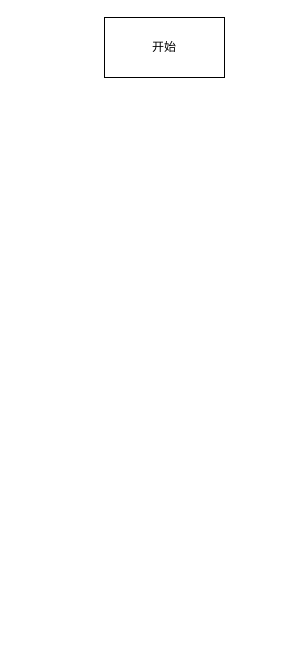
Earlier version of the draw.io diagram page "本地加载地图" (1 of 5) of 楼栋包需求流程.drawio (Jev0987/drawioFile). Source tidied: cells renumbered, new cells numbered last; positions are measured from the earlier drawing's top-left corner, leaving out a move shared by most shapes. Both pictures are drawn from the tidied source at 100%, with x=0, y=0 at pixel (104, 17).
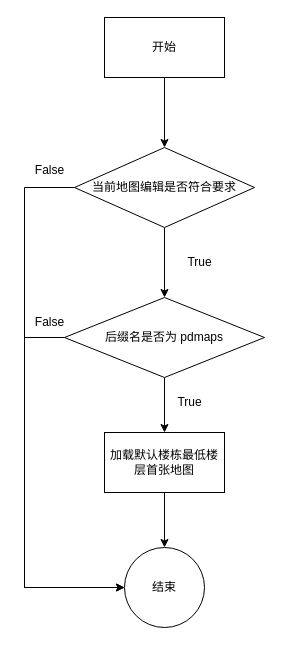
After the change.

Commit message:
更新楼栋包需求流程.drawio

The change refers to these unchanged cells:
```xml
<mxCell id="2" value="开始" style="rounded=0;whiteSpace=wrap;html=1;" parent="1" vertex="1">
  <mxGeometry width="120" height="60" as="geometry" />
</mxCell>
```

Change to the diagram source:
```diff
@@
+    <mxCell id="3" style="edgeStyle=orthogonalEdgeStyle;rounded=0;jettySize=auto;html=1;" parent="1" edge="1" source="2" target="12">
+      <mxGeometry relative="1" as="geometry" />
+    </mxCell>
@@
+    <mxCell id="4" style="edgeStyle=orthogonalEdgeStyle;rounded=0;jettySize=auto;html=1;" parent="1" edge="1" target="12">
+      <mxGeometry relative="1" as="geometry">
+        <mxPoint x="60" y="200" as="sourcePoint" />
+      </mxGeometry>
+    </mxCell>
+    <mxCell id="5" style="edgeStyle=orthogonalEdgeStyle;rounded=0;jettySize=auto;html=1;" parent="1" edge="1" source="7" target="9">
+      <mxGeometry relative="1" as="geometry" />
+    </mxCell>
+    <mxCell id="6" style="edgeStyle=orthogonalEdgeStyle;rounded=0;jettySize=auto;html=1;exitX=0;exitY=0.5;exitDx=0;exitDy=0;entryX=0;entryY=0.5;entryDx=0;entryDy=0;" parent="1" edge="1" source="7" target="13">
+      <mxGeometry relative="1" as="geometry">
+        <Array as="points">
+          <mxPoint x="-80" y="320" />
+          <mxPoint x="-80" y="570" />
+        </Array>
+      </mxGeometry>
+    </mxCell>
+    <mxCell id="7" value="后缀名是否为 pdmaps" style="rhombus;whiteSpace=wrap;html=1;" parent="1" vertex="1">
+      <mxGeometry x="-40" y="280" width="200" height="80" as="geometry" />
+    </mxCell>
+    <mxCell id="8" style="edgeStyle=orthogonalEdgeStyle;rounded=0;jettySize=auto;html=1;" parent="1" edge="1" source="9" target="13">
+      <mxGeometry relative="1" as="geometry" />
+    </mxCell>
+    <mxCell id="9" value="加载默认楼栋最低楼层首张地图" style="whiteSpace=wrap;html=1;" parent="1" vertex="1">
+      <mxGeometry y="415" width="120" height="60" as="geometry" />
+    </mxCell>
+    <mxCell id="10" style="edgeStyle=orthogonalEdgeStyle;rounded=0;jettySize=auto;html=1;" parent="1" edge="1" source="12" target="7">
+      <mxGeometry relative="1" as="geometry" />
+    </mxCell>
+    <mxCell id="11" style="edgeStyle=orthogonalEdgeStyle;rounded=0;jettySize=auto;html=1;exitX=0;exitY=0.5;exitDx=0;exitDy=0;entryX=0;entryY=0.5;entryDx=0;entryDy=0;" parent="1" edge="1" source="12" target="13">
+      <mxGeometry relative="1" as="geometry">
+        <Array as="points">
+          <mxPoint x="-80" y="170" />
+          <mxPoint x="-80" y="570" />
+        </Array>
+      </mxGeometry>
+    </mxCell>
+    <mxCell id="12" value="当前地图编辑是否符合要求" style="rhombus;whiteSpace=wrap;html=1;rounded=0;" parent="1" vertex="1">
+      <mxGeometry x="-30" y="130" width="180" height="80" as="geometry" />
+    </mxCell>
+    <mxCell id="13" value="结束" style="ellipse;whiteSpace=wrap;html=1;" parent="1" vertex="1">
+      <mxGeometry x="20" y="530" width="80" height="80" as="geometry" />
+    </mxCell>
+    <mxCell id="14" value="False" style="text;html=1;align=center;verticalAlign=middle;strokeColor=none;fillColor=none;" parent="1" vertex="1">
+      <mxGeometry x="-80" y="138" width="50" height="30" as="geometry" />
+    </mxCell>
+    <mxCell id="15" value="False" style="text;html=1;align=center;verticalAlign=middle;strokeColor=none;fillColor=none;" parent="1" vertex="1">
+      <mxGeometry x="-80" y="290" width="50" height="30" as="geometry" />
+    </mxCell>
+    <mxCell id="16" value="True" style="text;html=1;align=center;verticalAlign=middle;strokeColor=none;fillColor=none;" parent="1" vertex="1">
+      <mxGeometry x="70" y="230" width="50" height="30" as="geometry" />
+    </mxCell>
+    <mxCell id="17" value="True" style="text;html=1;align=center;verticalAlign=middle;strokeColor=none;fillColor=none;" parent="1" vertex="1">
+      <mxGeometry x="60" y="370" width="50" height="30" as="geometry" />
+    </mxCell>
```
